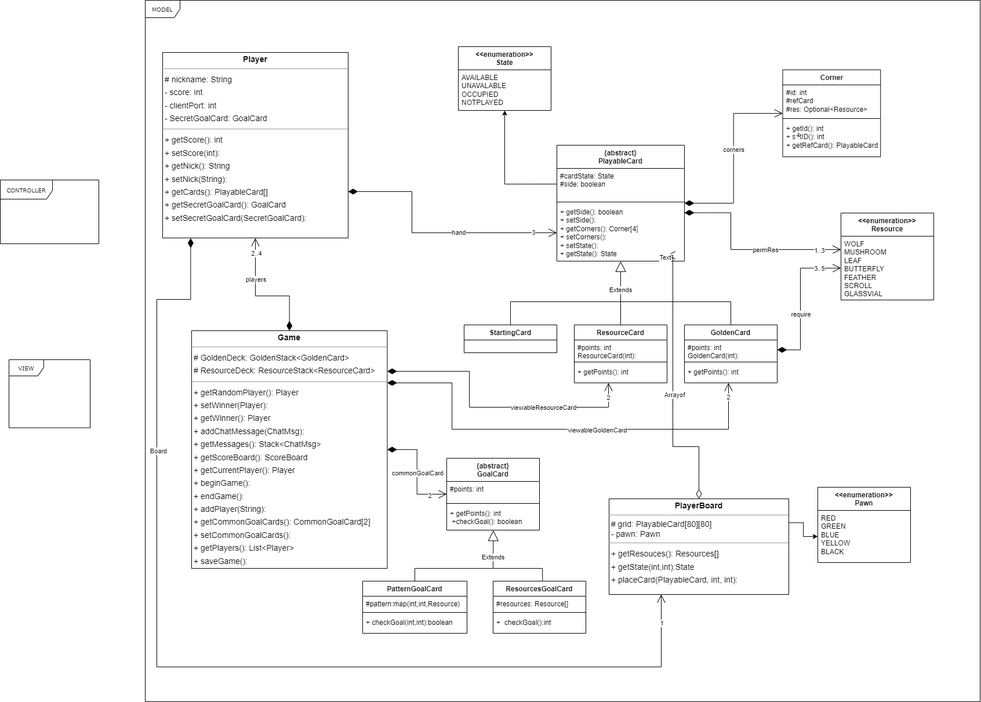
Above: UML method.png in RogerTWS02/ing-sw-2024-Esposito-Falzoni-Frisone-Grassi (draw.io), before the change. Source tidied: cells renumbered, new cells last; positions are measured from the earlier drawing's top-left corner, leaving out a move shared by most shapes.
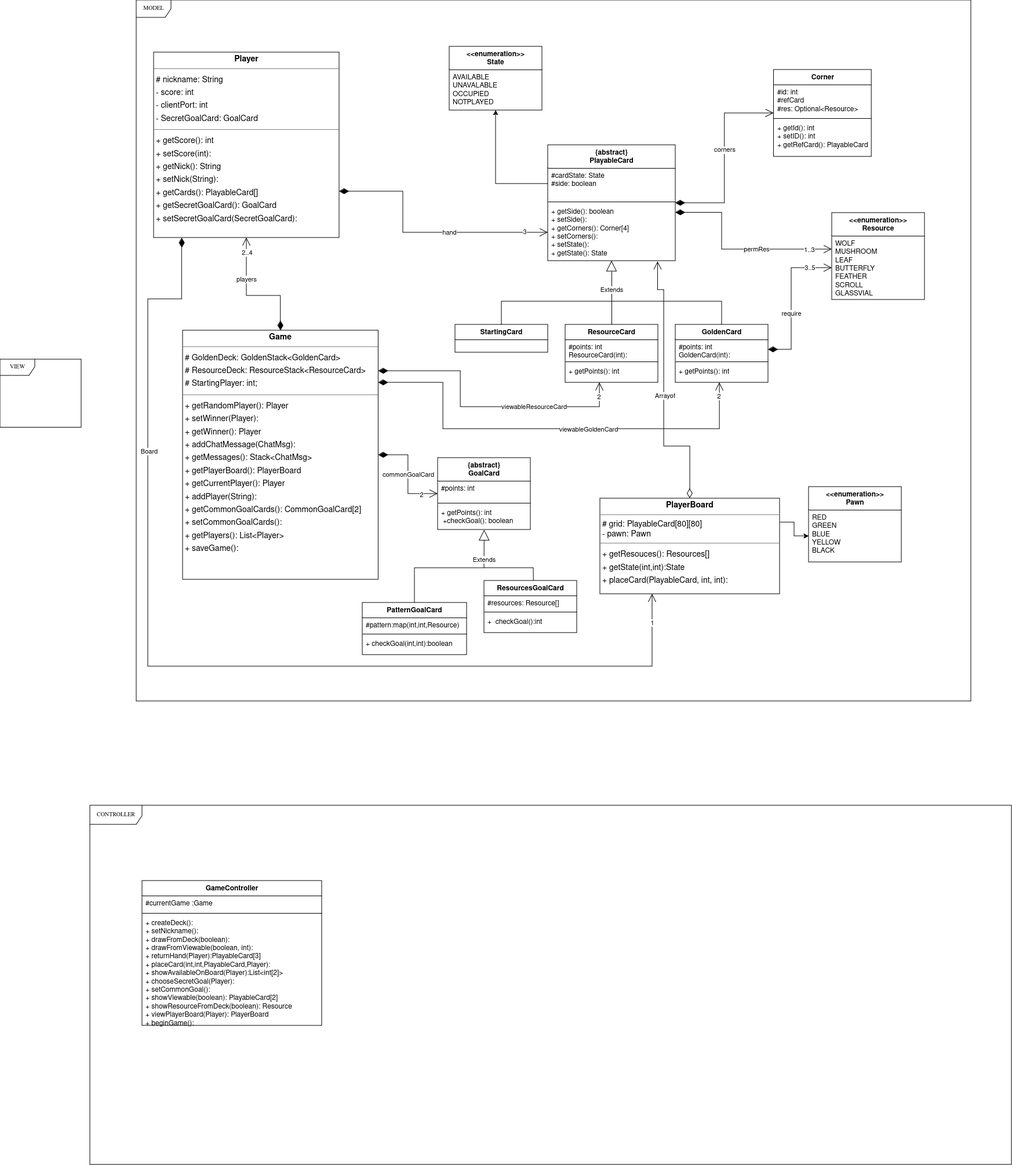
Above is the later version.

Diff of the diagram source:
```diff
@@ -6,7 +6,7 @@
       <mxGeometry x="250" width="1440" height="1210" as="geometry" />
     </mxCell>
     <mxCell id="3" value="CONTROLLER" style="shape=umlFrame;whiteSpace=wrap;html=1;rounded=0;shadow=0;comic=0;labelBackgroundColor=none;strokeWidth=1;fontFamily=Verdana;fontSize=10;align=center;width=90;height=33;" parent="1" vertex="1">
-      <mxGeometry y="310" width="170" height="110" as="geometry" />
+      <mxGeometry x="170" y="1390" width="1590" height="620" as="geometry" />
     </mxCell>
     <mxCell id="4" value="{abstract}&lt;br&gt;PlayableCard" style="swimlane;fontStyle=1;align=center;verticalAlign=top;horizontal=1;startSize=40;whiteSpace=wrap;html=1;" parent="1" vertex="1">
       <mxGeometry x="960" y="250" width="220" height="200" as="geometry" />
@@ -47,8 +47,8 @@
     <mxCell id="16" value="&lt;div&gt;RED&lt;/div&gt;&lt;div&gt;GREEN&lt;/div&gt;&lt;div&gt;BLUE&lt;/div&gt;&lt;div&gt;YELLOW&lt;/div&gt;&lt;div&gt;BLACK&lt;/div&gt;" style="text;strokeColor=none;fillColor=none;align=left;verticalAlign=top;spacingLeft=4;spacingRight=4;overflow=hidden;points=[[0,0.5],[1,0.5]];portConstraint=eastwest;whiteSpace=wrap;html=1;" parent="15" vertex="1">
       <mxGeometry y="40" width="160" height="90" as="geometry" />
     </mxCell>
-    <mxCell id="17" value="&lt;p style=&quot;margin:0px;margin-top:4px;text-align:center;&quot;&gt;&lt;b&gt;Game&lt;/b&gt;&lt;/p&gt;&lt;hr size=&quot;1&quot;&gt;&lt;p style=&quot;margin:0 0 0 4px;line-height:1.6;&quot;&gt;&lt;span style=&quot;background-color: initial;&quot;&gt;# GoldenDeck: GoldenStack&amp;lt;GoldenCard&amp;gt;&lt;/span&gt;&lt;br&gt;&lt;/p&gt;&lt;div&gt;&lt;p style=&quot;margin: 0px 0px 0px 4px; line-height: 1.6;&quot;&gt;&lt;span style=&quot;background-color: initial;&quot;&gt;# ResourceDeck: ResourceStack&amp;lt;ResourceCard&amp;gt;&lt;/span&gt;&lt;/p&gt;&lt;/div&gt;&lt;hr size=&quot;1&quot;&gt;&lt;p style=&quot;margin:0 0 0 4px;line-height:1.6;&quot;&gt;+ getRandomPlayer(): Player&lt;br&gt;+ setWinner(Player):&lt;/p&gt;&lt;p style=&quot;margin:0 0 0 4px;line-height:1.6;&quot;&gt;+ getWinner(): Player&lt;/p&gt;&lt;p style=&quot;margin:0 0 0 4px;line-height:1.6;&quot;&gt;+ addChatMessage(ChatMsg):&lt;br&gt;+ getMessages(): Stack&amp;lt;ChatMsg&amp;gt;&lt;br&gt;+ getScoreBoard(): ScoreBoard&lt;br&gt;+ getCurrentPlayer(): Player&lt;/p&gt;&lt;p style=&quot;margin:0 0 0 4px;line-height:1.6;&quot;&gt;+ beginGame():&lt;br&gt;&lt;/p&gt;&lt;p style=&quot;margin:0 0 0 4px;line-height:1.6;&quot;&gt;+ endGame(): &lt;br&gt;+ addPlayer(String): &lt;br&gt;+ getCommonGoalCards(): CommonGoalCard[2]&lt;/p&gt;&lt;p style=&quot;margin:0 0 0 4px;line-height:1.6;&quot;&gt;+ setCommonGoalCards():&lt;br&gt;+ getPlayers(): List&amp;lt;Player&amp;gt;&lt;br&gt;+ saveGame(): &lt;br&gt;&lt;/p&gt;" style="verticalAlign=top;align=left;overflow=fill;fontSize=14;fontFamily=Helvetica;html=1;rounded=0;shadow=0;comic=0;labelBackgroundColor=none;strokeWidth=1;" parent="1" vertex="1">
-      <mxGeometry x="330" y="570" width="337.4" height="410" as="geometry" />
+    <mxCell id="17" value="&lt;p style=&quot;margin:0px;margin-top:4px;text-align:center;&quot;&gt;&lt;b&gt;Game&lt;/b&gt;&lt;/p&gt;&lt;hr size=&quot;1&quot;&gt;&lt;p style=&quot;margin:0 0 0 4px;line-height:1.6;&quot;&gt;&lt;span style=&quot;background-color: initial;&quot;&gt;# GoldenDeck: GoldenStack&amp;lt;GoldenCard&amp;gt;&lt;/span&gt;&lt;br&gt;&lt;/p&gt;&lt;div&gt;&lt;p style=&quot;margin: 0px 0px 0px 4px; line-height: 1.6;&quot;&gt;&lt;span style=&quot;background-color: initial;&quot;&gt;# ResourceDeck: ResourceStack&amp;lt;ResourceCard&amp;gt;&lt;/span&gt;&lt;/p&gt;&lt;p style=&quot;margin: 0px 0px 0px 4px; line-height: 1.6;&quot;&gt;&lt;span style=&quot;background-color: initial;&quot;&gt;# StartingPlayer: int;&lt;br&gt;&lt;/span&gt;&lt;/p&gt;&lt;/div&gt;&lt;hr size=&quot;1&quot;&gt;&lt;p style=&quot;margin:0 0 0 4px;line-height:1.6;&quot;&gt;+ getRandomPlayer(): Player&lt;br&gt;+ setWinner(Player):&lt;/p&gt;&lt;p style=&quot;margin:0 0 0 4px;line-height:1.6;&quot;&gt;+ getWinner(): Player&lt;/p&gt;&lt;p style=&quot;margin:0 0 0 4px;line-height:1.6;&quot;&gt;+ addChatMessage(ChatMsg):&lt;br&gt;+ getMessages(): Stack&amp;lt;ChatMsg&amp;gt;&lt;br&gt;+ getPlayerBoard(): PlayerBoard&lt;br&gt;+ getCurrentPlayer(): Player&lt;br&gt;+ addPlayer(String): &lt;br&gt;+ getCommonGoalCards(): CommonGoalCard[2]&lt;/p&gt;&lt;p style=&quot;margin:0 0 0 4px;line-height:1.6;&quot;&gt;+ setCommonGoalCards():&lt;br&gt;+ getPlayers(): List&amp;lt;Player&amp;gt;&lt;br&gt;+ saveGame(): &lt;br&gt;&lt;/p&gt;" style="verticalAlign=top;align=left;overflow=fill;fontSize=14;fontFamily=Helvetica;html=1;rounded=0;shadow=0;comic=0;labelBackgroundColor=none;strokeWidth=1;" parent="1" vertex="1">
+      <mxGeometry x="330" y="570" width="337.4" height="430" as="geometry" />
     </mxCell>
     <mxCell id="18" value="Extends" style="endArrow=block;endSize=16;endFill=0;html=1;rounded=0;entryX=0.5;entryY=1;entryDx=0;entryDy=0;exitX=0.5;exitY=0;exitDx=0;exitDy=0;" parent="1" edge="1" source="38" target="4">
       <mxGeometry x="0.09" relative="1" as="geometry" />
@@ -87,11 +87,6 @@
     <mxCell id="26" value="&lt;div style=&quot;&quot;&gt;&amp;nbsp;corners&amp;nbsp;&lt;/div&gt;" style="endArrow=open;html=1;endSize=12;startArrow=diamondThin;startSize=14;startFill=1;edgeStyle=orthogonalEdgeStyle;align=center;verticalAlign=bottom;rounded=0;" parent="1" edge="1" source="4" target="9">
       <mxGeometry x="0.03" relative="1" as="geometry" />
     </mxCell>
-    <mxCell id="27" value="4" style="edgeLabel;html=1;align=center;verticalAlign=middle;" parent="26" vertex="1">
-      <mxGeometry x="0.15" y="-1" relative="1" as="geometry">
-        <mxPoint x="109" y="-15" as="offset" />
-      </mxGeometry>
-    </mxCell>
     <mxCell id="28" value="&lt;div style=&quot;text-align: center;&quot;&gt;&lt;br&gt;&lt;/div&gt;" style="endArrow=open;html=1;endSize=12;startArrow=diamondThin;startSize=14;startFill=1;edgeStyle=orthogonalEdgeStyle;align=left;verticalAlign=bottom;rounded=0;exitX=0.5;exitY=0;exitDx=0;exitDy=0;entryX=0.5;entryY=1;entryDx=0;entryDy=0;" parent="1" edge="1" source="17" target="23">
       <mxGeometry x="-0.01" y="-10" relative="1" as="geometry">
         <Array as="points">
@@ -282,12 +277,13 @@
     <mxCell id="67" value="Board" style="edgeLabel;html=1;align=center;verticalAlign=middle;" parent="64" vertex="1">
       <mxGeometry x="-0.53" y="2" relative="1" as="geometry" />
     </mxCell>
-    <mxCell id="68" style="endArrow=open;html=1;endSize=12;startArrow=diamondThin;startSize=14;startFill=0;edgeStyle=orthogonalEdgeStyle;align=left;verticalAlign=bottom;rounded=0;exitX=0.5;exitY=0;exitDx=0;exitDy=0;" parent="1" edge="1" source="22">
+    <mxCell id="68" style="endArrow=open;html=1;endSize=12;startArrow=diamondThin;startSize=14;startFill=0;edgeStyle=orthogonalEdgeStyle;align=left;verticalAlign=bottom;rounded=0;exitX=0.5;exitY=0;exitDx=0;exitDy=0;entryX=0.861;entryY=1.011;entryDx=0;entryDy=0;entryPerimeter=0;" parent="1" edge="1" source="22" target="7">
       <mxGeometry x="-0.42" y="-10" relative="1" as="geometry">
-        <mxPoint x="1150" y="440" as="targetPoint" />
         <Array as="points">
           <mxPoint x="1205" y="770" />
           <mxPoint x="1160" y="770" />
+          <mxPoint x="1160" y="500" />
+          <mxPoint x="1149" y="500" />
         </Array>
       </mxGeometry>
     </mxCell>
@@ -296,13 +292,8 @@
         <mxPoint y="-63" as="offset" />
       </mxGeometry>
     </mxCell>
-    <mxCell id="70" value="Text" style="edgeLabel;html=1;align=center;verticalAlign=middle;" parent="68" vertex="1">
-      <mxGeometry x="1" y="5" relative="1" as="geometry">
-        <mxPoint x="-4" y="-2" as="offset" />
-      </mxGeometry>
-    </mxCell>
     <mxCell id="71" value="PatternGoalCard" style="swimlane;fontStyle=1;align=center;verticalAlign=top;horizontal=1;startSize=26;whiteSpace=wrap;html=1;" parent="1" vertex="1">
-      <mxGeometry x="625" y="1002" width="180" height="90" as="geometry" />
+      <mxGeometry x="640" y="1040" width="180" height="90" as="geometry" />
     </mxCell>
     <mxCell id="72" value="&lt;div&gt;#pattern:map(int,int,Resource)&lt;/div&gt;" style="text;strokeColor=none;fillColor=none;align=left;verticalAlign=top;spacingLeft=4;spacingRight=4;overflow=hidden;whiteSpace=wrap;html=1;" parent="71" vertex="1">
       <mxGeometry y="26" width="180" height="24" as="geometry" />
@@ -328,8 +319,7 @@
     <mxCell id="79" value="Extends" style="endArrow=block;endSize=16;endFill=0;html=1;rounded=0;exitX=0.5;exitY=0;exitDx=0;exitDy=0;entryX=0.502;entryY=1.007;entryDx=0;entryDy=0;entryPerimeter=0;" parent="1" edge="1" source="71" target="63">
       <mxGeometry x="0.58" relative="1" as="geometry">
         <Array as="points">
-          <mxPoint x="715" y="980" />
-          <mxPoint x="725" y="980" />
+          <mxPoint x="730" y="980" />
           <mxPoint x="850" y="980" />
         </Array>
       </mxGeometry>
@@ -342,5 +332,17 @@
         </Array>
       </mxGeometry>
     </mxCell>
+    <mxCell id="81" value="GameController" style="swimlane;fontStyle=1;align=center;verticalAlign=top;horizontal=1;startSize=26;whiteSpace=wrap;html=1;" parent="1" vertex="1">
+      <mxGeometry x="260" y="1520" width="310" height="250" as="geometry" />
+    </mxCell>
+    <mxCell id="82" value="&lt;div&gt;#currentGame :Game&lt;/div&gt;&lt;div&gt;&lt;br&gt;&lt;/div&gt;" style="text;strokeColor=none;fillColor=none;align=left;verticalAlign=top;spacingLeft=4;spacingRight=4;overflow=hidden;whiteSpace=wrap;html=1;" parent="81" vertex="1">
+      <mxGeometry y="26" width="310" height="26" as="geometry" />
+    </mxCell>
+    <mxCell id="83" style="line;strokeWidth=1;fillColor=none;align=left;verticalAlign=middle;spacingTop=-1;spacingLeft=3;spacingRight=3;labelPosition=right;strokeColor=inherit;" parent="81" vertex="1">
+      <mxGeometry y="52" width="310" height="8" as="geometry" />
+    </mxCell>
+    <mxCell id="84" value="&lt;div&gt;+ createDeck():&lt;/div&gt;&lt;div&gt;+ setNickname():&lt;/div&gt;&lt;div&gt;+ drawFromDeck(boolean):&lt;/div&gt;&lt;div&gt;+ drawFromViewable(boolean, int):&lt;/div&gt;&lt;div&gt;+ returnHand(Player):PlayableCard[3]&lt;/div&gt;&lt;div&gt;+ placeCard(int,int,PlayableCard,Player):&lt;/div&gt;&lt;div&gt;+ showAvailableOnBoard(Player):List&amp;lt;int[2]&amp;gt;&lt;/div&gt;&lt;div&gt;+ chooseSecretGoal(Player):&lt;/div&gt;&lt;div&gt;+ setCommonGoal():&lt;/div&gt;&lt;div&gt;+ showViewable(boolean): PlayableCard[2]&lt;br&gt;&lt;/div&gt;&lt;div&gt;+ showResourceFromDeck(boolean): Resource&lt;/div&gt;&lt;div&gt;+ viewPlayerBoard(Player): PlayerBoard&lt;/div&gt;&lt;div&gt;+ beginGame():&lt;/div&gt;&lt;div&gt;+ endGame(): &lt;br&gt;&lt;/div&gt;&lt;div&gt;&lt;br&gt;&lt;/div&gt;&lt;div&gt;&amp;nbsp;&lt;br&gt;&lt;/div&gt;&lt;div&gt;&lt;br&gt;&lt;/div&gt;&lt;div&gt;&lt;br&gt;&lt;/div&gt;" style="text;strokeColor=none;fillColor=none;align=left;verticalAlign=top;spacingLeft=4;spacingRight=4;overflow=hidden;whiteSpace=wrap;html=1;" parent="81" vertex="1">
+      <mxGeometry y="60" width="310" height="190" as="geometry" />
+    </mxCell>
   </root>
 </mxGraphModel>
```
